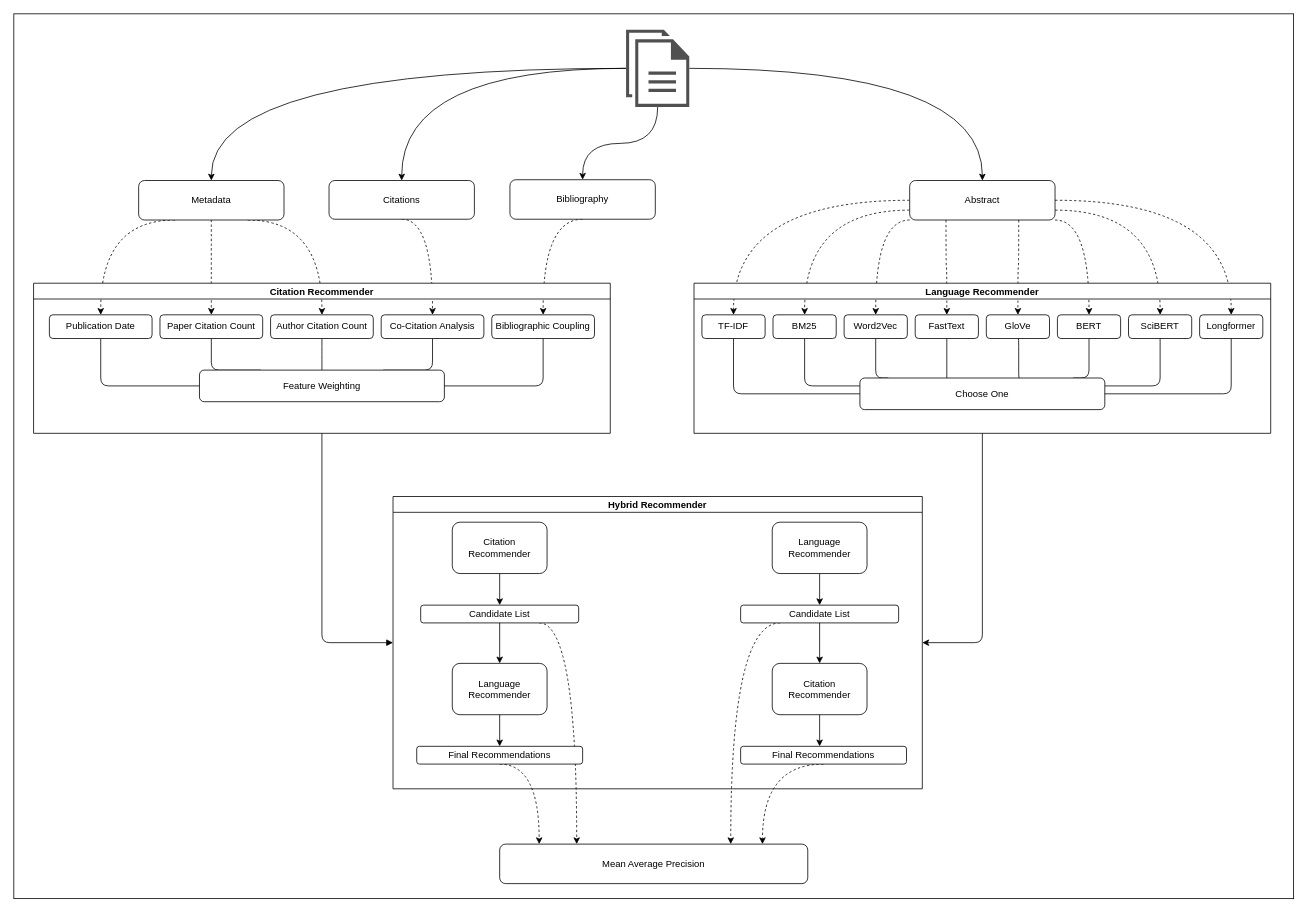
Earlier version of the draw.io diagram docs/assets/hybrid-architecture.drawio (joel-beck/readnext). Source tidied: cells renumbered, new cells numbered last; positions are measured from the earlier drawing's top-left corner, leaving out a move shared by most shapes. Both pictures are drawn from the tidied source at 79%, with x=0, y=0 at pixel (13, 13).
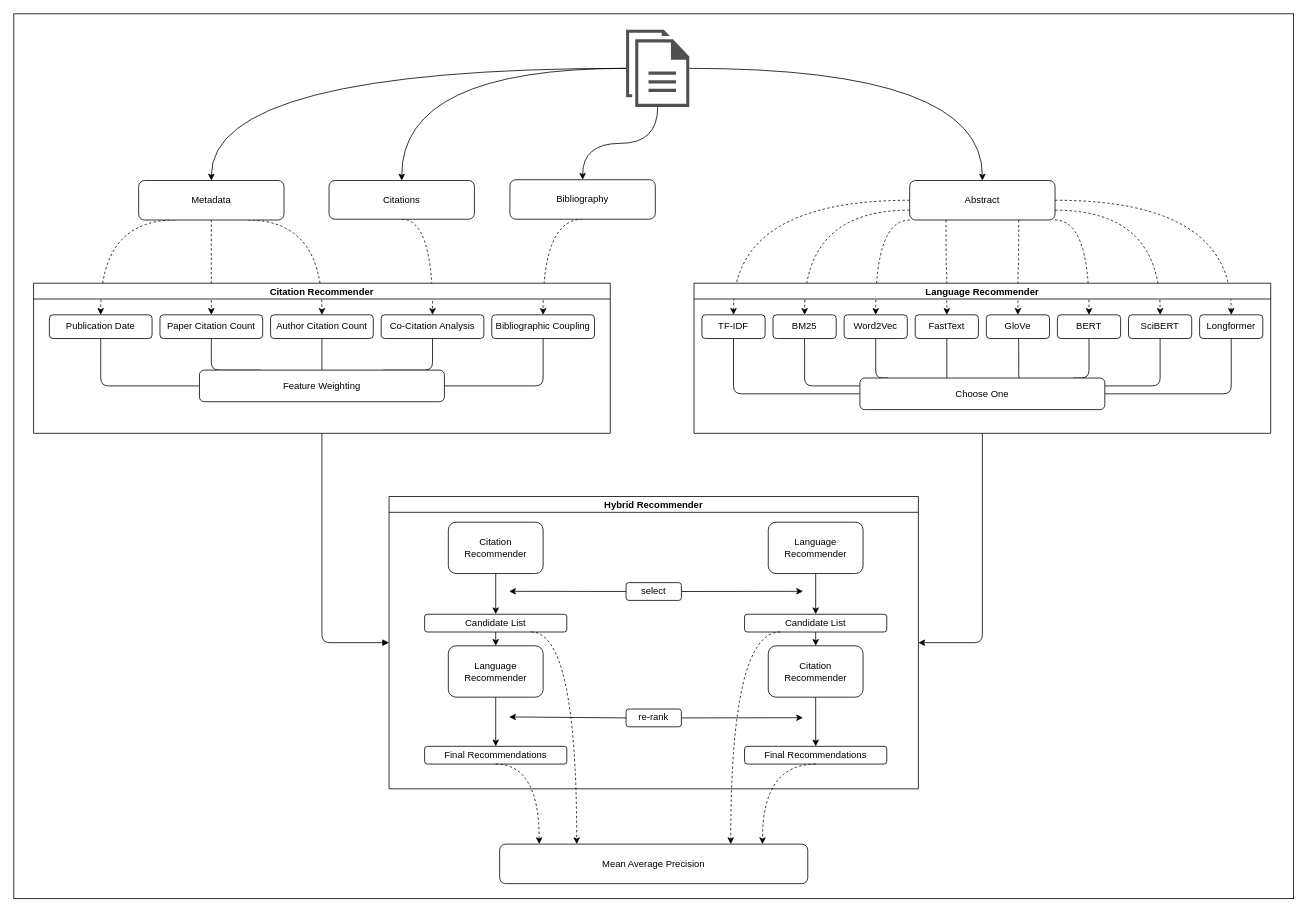
The same diagram, later.

Commit message (it also covers changes not shown here):
Update hybrid architecture diagram (#100)

Unchanged cells that the change refers to:
```xml
<mxCell id="9" value="Mean Average Precision" style="rounded=1;whiteSpace=wrap;html=1;" parent="1" vertex="1">
  <mxGeometry x="615" y="1051" width="390" height="50" as="geometry" />
</mxCell>
```

What changed in the source:
```diff
@@
+    <mxCell id="78" style="edgeStyle=none;html=1;exitX=1;exitY=0.5;exitDx=0;exitDy=0;" parent="1" edge="1" source="82">
+      <mxGeometry relative="1" as="geometry">
+        <mxPoint x="999" y="891" as="targetPoint" />
+      </mxGeometry>
+    </mxCell>
+    <mxCell id="79" style="edgeStyle=none;html=1;exitX=1;exitY=0.5;exitDx=0;exitDy=0;" parent="1" edge="1" source="81">
+      <mxGeometry relative="1" as="geometry">
+        <mxPoint x="999" y="731" as="targetPoint" />
+      </mxGeometry>
+    </mxCell>
+    <mxCell id="80" style="edgeStyle=none;html=1;" parent="1" edge="1" source="81">
+      <mxGeometry relative="1" as="geometry">
+        <mxPoint x="627" y="731" as="targetPoint" />
+      </mxGeometry>
+    </mxCell>
@@
-    <mxCell id="11" style="edgeStyle=orthogonalEdgeStyle;html=1;exitX=0.75;exitY=1;exitDx=0;exitDy=0;entryX=0.25;entryY=0;entryDx=0;entryDy=0;dashed=1;strokeColor=default;curved=1;" parent="1" edge="1" source="51" target="9">
-      <mxGeometry relative="1" as="geometry">
-        <Array as="points">
-          <mxPoint x="713" y="771" />
-        </Array>
-      </mxGeometry>
-    </mxCell>
-    <mxCell id="12" style="edgeStyle=orthogonalEdgeStyle;curved=1;html=1;exitX=0.5;exitY=1;exitDx=0;exitDy=0;dashed=1;strokeColor=default;" parent="1" edge="1" source="55">
-      <mxGeometry relative="1" as="geometry">
-        <mxPoint x="665" y="1051" as="targetPoint" />
-        <Array as="points">
-          <mxPoint x="665" y="950" />
-        </Array>
-      </mxGeometry>
-    </mxCell>
-    <mxCell id="13" style="edgeStyle=orthogonalEdgeStyle;curved=1;html=1;exitX=0.5;exitY=1;exitDx=0;exitDy=0;entryX=0.853;entryY=0;entryDx=0;entryDy=0;entryPerimeter=0;dashed=1;strokeColor=default;" parent="1" edge="1" source="61" target="9">
-      <mxGeometry relative="1" as="geometry">
-        <Array as="points">
-          <mxPoint x="948" y="950" />
-        </Array>
-      </mxGeometry>
-    </mxCell>
-    <mxCell id="14" style="edgeStyle=orthogonalEdgeStyle;curved=1;html=1;exitX=0.25;exitY=1;exitDx=0;exitDy=0;entryX=0.75;entryY=0;entryDx=0;entryDy=0;dashed=1;strokeColor=default;" parent="1" edge="1" source="57" target="9">
-      <mxGeometry relative="1" as="geometry">
-        <Array as="points">
-          <mxPoint x="908" y="771" />
-        </Array>
-      </mxGeometry>
-    </mxCell>
@@
     <mxCell id="48" value="Hybrid Recommender" style="swimlane;startSize=20;horizontal=1;containerType=tree;newEdgeStyle={&quot;edgeStyle&quot;:&quot;elbowEdgeStyle&quot;,&quot;startArrow&quot;:&quot;none&quot;,&quot;endArrow&quot;:&quot;none&quot;};" parent="1" vertex="1">
-      <mxGeometry x="480" y="611" width="670" height="370" as="geometry" />
+      <mxGeometry x="475" y="611" width="670" height="370" as="geometry" />
     </mxCell>
@@
     <mxCell id="51" value="Candidate List" style="rounded=1;whiteSpace=wrap;html=1;" parent="48" vertex="1">
-      <mxGeometry x="35" y="137.5" width="200" height="22.5" as="geometry" />
+      <mxGeometry x="45" y="149" width="180" height="22.5" as="geometry" />
     </mxCell>
@@
     <mxCell id="53" value="Language Recommender" style="rounded=1;whiteSpace=wrap;html=1;" parent="48" vertex="1">
-      <mxGeometry x="75" y="211.2" width="120" height="65" as="geometry" />
+      <mxGeometry x="75" y="189" width="120" height="65" as="geometry" />
     </mxCell>
@@
-    <mxCell id="55" value="Final Recommendations" style="rounded=1;whiteSpace=wrap;html=1;" parent="48" vertex="1">
-      <mxGeometry x="30" y="316.2" width="210" height="22.5" as="geometry" />
-    </mxCell>
@@
     <mxCell id="57" value="Candidate List" style="rounded=1;whiteSpace=wrap;html=1;" parent="48" vertex="1">
-      <mxGeometry x="440" y="137.5" width="200" height="22.5" as="geometry" />
+      <mxGeometry x="450" y="149" width="180" height="22.5" as="geometry" />
     </mxCell>
@@
     <mxCell id="59" value="Citation Recommender" style="rounded=1;whiteSpace=wrap;html=1;" parent="48" vertex="1">
-      <mxGeometry x="480" y="211.2" width="120" height="65" as="geometry" />
+      <mxGeometry x="480" y="189" width="120" height="65" as="geometry" />
     </mxCell>
@@
     <mxCell id="61" value="Final Recommendations" style="rounded=1;whiteSpace=wrap;html=1;" parent="48" vertex="1">
-      <mxGeometry x="440" y="316.2" width="210" height="22.5" as="geometry" />
+      <mxGeometry x="450" y="316.2" width="180" height="22.5" as="geometry" />
     </mxCell>
@@
+    <mxCell id="81" value="select" style="rounded=1;whiteSpace=wrap;html=1;" parent="48" vertex="1">
+      <mxGeometry x="300" y="109" width="70" height="22.5" as="geometry" />
+    </mxCell>
+    <mxCell id="82" value="re-rank" style="rounded=1;whiteSpace=wrap;html=1;" parent="48" vertex="1">
+      <mxGeometry x="300" y="269" width="70" height="22.5" as="geometry" />
+    </mxCell>
+    <mxCell id="55" value="Final Recommendations" style="rounded=1;whiteSpace=wrap;html=1;" parent="48" vertex="1">
+      <mxGeometry x="45" y="316.2" width="180" height="22.5" as="geometry" />
+    </mxCell>
@@
+    <mxCell id="83" style="edgeStyle=none;html=1;exitX=0;exitY=0.5;exitDx=0;exitDy=0;" parent="1" edge="1" source="82">
+      <mxGeometry relative="1" as="geometry">
+        <mxPoint x="627" y="890" as="targetPoint" />
+      </mxGeometry>
+    </mxCell>
+    <mxCell id="14" style="edgeStyle=orthogonalEdgeStyle;curved=1;html=1;exitX=0.25;exitY=1;exitDx=0;exitDy=0;entryX=0.75;entryY=0;entryDx=0;entryDy=0;dashed=1;strokeColor=default;" parent="1" edge="1" source="57" target="9">
+      <mxGeometry relative="1" as="geometry">
+        <Array as="points">
+          <mxPoint x="908" y="783" />
+        </Array>
+      </mxGeometry>
+    </mxCell>
+    <mxCell id="13" style="edgeStyle=orthogonalEdgeStyle;curved=1;html=1;exitX=0.5;exitY=1;exitDx=0;exitDy=0;entryX=0.853;entryY=0;entryDx=0;entryDy=0;entryPerimeter=0;dashed=1;strokeColor=default;" parent="1" edge="1" source="61" target="9">
+      <mxGeometry relative="1" as="geometry">
+        <Array as="points">
+          <mxPoint x="948" y="950" />
+        </Array>
+      </mxGeometry>
+    </mxCell>
+    <mxCell id="11" style="edgeStyle=orthogonalEdgeStyle;html=1;exitX=0.75;exitY=1;exitDx=0;exitDy=0;entryX=0.25;entryY=0;entryDx=0;entryDy=0;dashed=1;strokeColor=default;curved=1;" parent="1" edge="1" source="51" target="9">
+      <mxGeometry relative="1" as="geometry">
+        <Array as="points">
+          <mxPoint x="713" y="783" />
+        </Array>
+      </mxGeometry>
+    </mxCell>
+    <mxCell id="12" style="edgeStyle=orthogonalEdgeStyle;curved=1;html=1;exitX=0.5;exitY=1;exitDx=0;exitDy=0;dashed=1;strokeColor=default;" parent="1" edge="1" source="55">
+      <mxGeometry relative="1" as="geometry">
+        <mxPoint x="665" y="1051" as="targetPoint" />
+        <Array as="points">
+          <mxPoint x="665" y="950" />
+        </Array>
+      </mxGeometry>
+    </mxCell>
```
